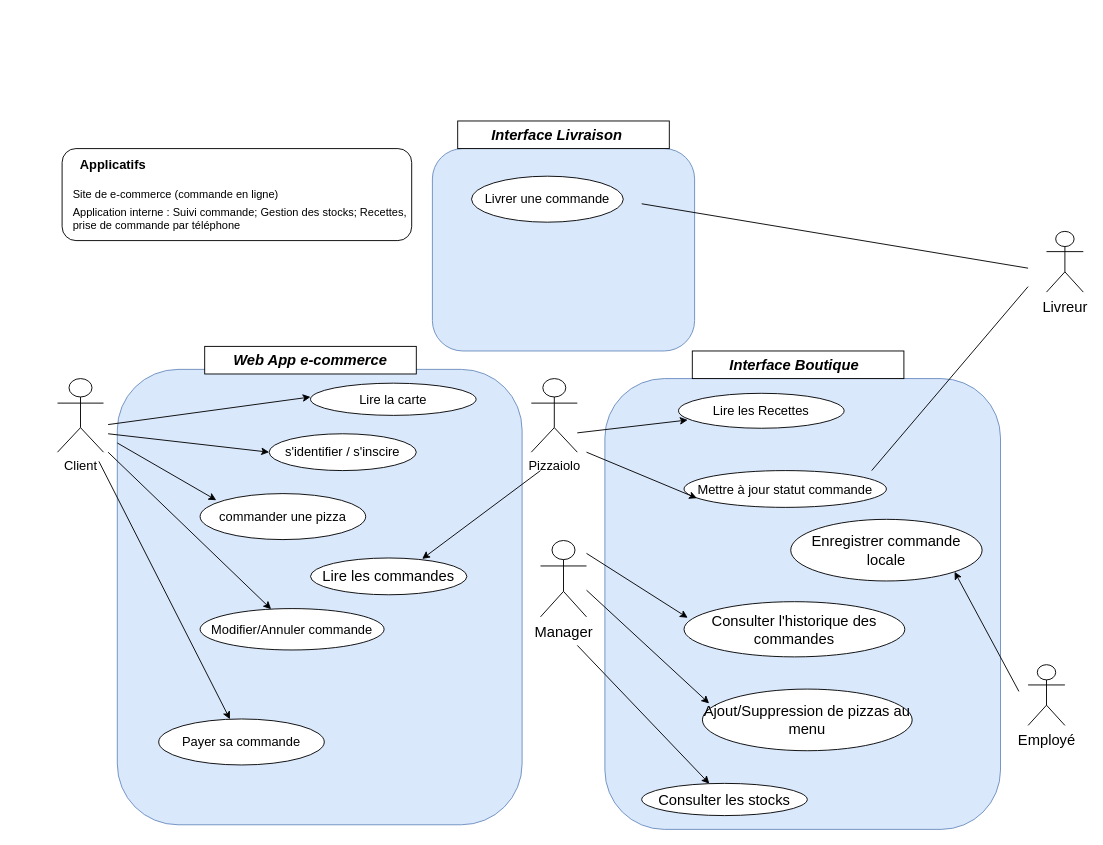
This is page "Use Case Général" (2 of 5) of P5-UseCase-definotion.drawio from Ketut38/OC-P5-Pizza, a draw.io file, before an edit. Source tidied: cells renumbered, new cells numbered last; positions are measured from the earlier drawing's top-left corner, leaving out a move shared by most shapes. Both pictures are drawn from the tidied source at 92%, with x=0, y=0 at pixel (57, 121).
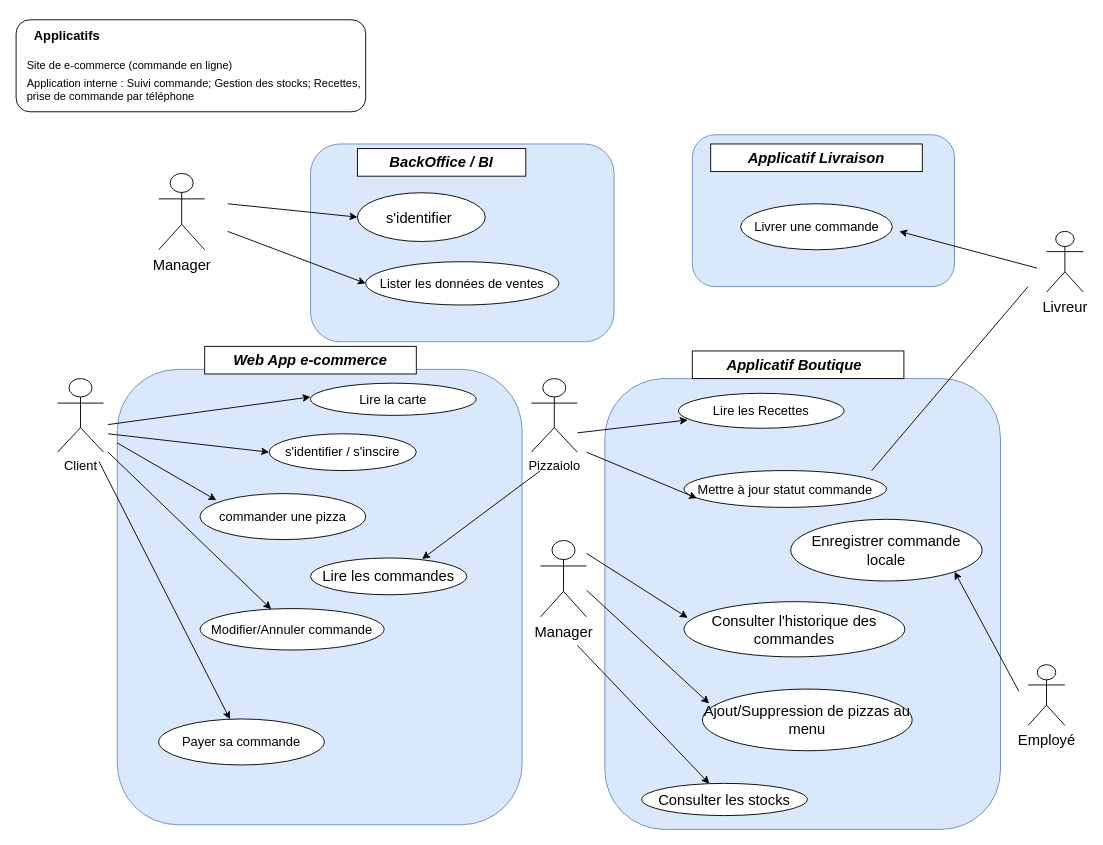
After the change.

Change to the diagram source:
```diff
@@
+    <mxCell id="41" style="rounded=1;whiteSpace=wrap;html=1;fontSize=14;align=center;fillColor=#dae8fc;strokeColor=#6c8ebf;direction=south;fontStyle=0;" parent="1" vertex="1">
+      <mxGeometry x="690" y="15" width="285" height="165" as="geometry" />
+    </mxCell>
@@
     <mxCell id="5" style="group;" parent="1" vertex="1">
-      <mxGeometry x="5" y="30" width="390" height="100" as="geometry" />
+      <mxGeometry x="-45" y="-110" width="390" height="100" as="geometry" />
     </mxCell>
@@
-    <mxCell id="26" value="&lt;b&gt;&lt;i&gt;Interface Boutique&lt;/i&gt;&lt;/b&gt;" style="text;html=1;strokeColor=none;fillColor=none;align=center;verticalAlign=middle;whiteSpace=wrap;rounded=0;fontSize=16;" parent="1" vertex="1">
+    <mxCell id="26" value="&lt;b&gt;&lt;i&gt;Applicatif Boutique&lt;/i&gt;&lt;/b&gt;" style="text;html=1;strokeColor=none;fillColor=none;align=center;verticalAlign=middle;whiteSpace=wrap;rounded=0;fontSize=16;" parent="1" vertex="1">
       <mxGeometry x="706.2" y="255" width="190" height="20" as="geometry" />
     </mxCell>
@@
-    <mxCell id="41" style="rounded=1;whiteSpace=wrap;html=1;fontSize=14;align=center;fillColor=#dae8fc;strokeColor=#6c8ebf;direction=south;fontStyle=0;" parent="1" vertex="1">
-      <mxGeometry x="407.5" y="30" width="285" height="220" as="geometry" />
-    </mxCell>
     <mxCell id="42" style="rounded=0;whiteSpace=wrap;html=1;fontSize=14;align=center;" parent="1" vertex="1">
-      <mxGeometry x="435" width="230" height="30" as="geometry" />
+      <mxGeometry x="710" y="25" width="230" height="30" as="geometry" />
     </mxCell>
-    <mxCell id="43" value="&lt;b&gt;&lt;i&gt;Interface Livraison&lt;/i&gt;&lt;/b&gt;" style="text;html=1;strokeColor=none;fillColor=none;align=center;verticalAlign=middle;whiteSpace=wrap;rounded=0;fontSize=16;" parent="1" vertex="1">
-      <mxGeometry x="447.7" y="5" width="190" height="20" as="geometry" />
+    <mxCell id="43" value="&lt;b&gt;&lt;i&gt;Applicatif Livraison&lt;/i&gt;&lt;/b&gt;" style="text;html=1;strokeColor=none;fillColor=none;align=center;verticalAlign=middle;whiteSpace=wrap;rounded=0;fontSize=16;" parent="1" vertex="1">
+      <mxGeometry x="730.2" y="30" width="190" height="20" as="geometry" />
     </mxCell>
@@
     <mxCell id="46" value="&lt;font style=&quot;font-size: 14px&quot;&gt;Livrer une commande&lt;/font&gt;" style="ellipse;whiteSpace=wrap;html=1;" parent="1" vertex="1">
-      <mxGeometry x="450" y="60" width="165" height="50" as="geometry" />
+      <mxGeometry x="742.5" y="90" width="165" height="50" as="geometry" />
     </mxCell>
-    <mxCell id="47" style="endArrow=none;html=1;" parent="1" edge="1">
-      <mxGeometry relative="1" as="geometry">
-        <mxPoint x="635" y="90" as="sourcePoint" />
-        <mxPoint x="1055" y="160" as="targetPoint" />
-      </mxGeometry>
-    </mxCell>
+    <mxCell id="48" style="endArrow=classic;html=1;fontSize=15;" parent="1" edge="1">
+      <mxGeometry relative="1" as="geometry">
+        <mxPoint x="1065" y="160" as="sourcePoint" />
+        <mxPoint x="915" y="120" as="targetPoint" />
+      </mxGeometry>
+    </mxCell>
+    <mxCell id="49" style="rounded=1;whiteSpace=wrap;html=1;fontSize=14;align=center;fillColor=#dae8fc;strokeColor=#6c8ebf;direction=south;fontStyle=0;" parent="1" vertex="1">
+      <mxGeometry x="275" y="25" width="330" height="215" as="geometry" />
+    </mxCell>
+    <mxCell id="50" value="&lt;font style=&quot;font-size: 16px&quot;&gt;&lt;b&gt;&lt;i&gt;BackOffice / BI&lt;/i&gt;&lt;/b&gt;&lt;/font&gt;" style="rounded=0;whiteSpace=wrap;html=1;fontSize=14;align=center;" parent="1" vertex="1">
+      <mxGeometry x="326" y="30" width="183" height="30" as="geometry" />
+    </mxCell>
+    <mxCell id="51" value="&lt;font style=&quot;font-size: 16px&quot;&gt;s'identifier&amp;nbsp;&lt;/font&gt;" style="ellipse;whiteSpace=wrap;html=1;fontSize=14;align=center;" parent="1" vertex="1">
+      <mxGeometry x="326" y="78" width="139" height="53" as="geometry" />
+    </mxCell>
+    <mxCell id="52" value="Lister les données de ventes" style="ellipse;whiteSpace=wrap;html=1;fontSize=14;align=center;" parent="1" vertex="1">
+      <mxGeometry x="335" y="153" width="210" height="47" as="geometry" />
+    </mxCell>
+    <mxCell id="53" value="Manager" style="shape=umlActor;verticalLabelPosition=bottom;labelBackgroundColor=#ffffff;verticalAlign=top;html=1;fontSize=16;align=center;" parent="1" vertex="1">
+      <mxGeometry x="110" y="57" width="50" height="83" as="geometry" />
+    </mxCell>
+    <mxCell id="54" style="endArrow=classic;html=1;fontSize=15;entryX=0;entryY=0.5;entryDx=0;entryDy=0;" parent="1" edge="1" target="51">
+      <mxGeometry relative="1" as="geometry">
+        <mxPoint x="185" y="90" as="sourcePoint" />
+      </mxGeometry>
+    </mxCell>
+    <mxCell id="55" style="endArrow=classic;html=1;fontSize=15;entryX=0;entryY=0.5;entryDx=0;entryDy=0;" parent="1" edge="1" target="52">
+      <mxGeometry relative="1" as="geometry">
+        <mxPoint x="185" y="120" as="sourcePoint" />
+      </mxGeometry>
+    </mxCell>
```
